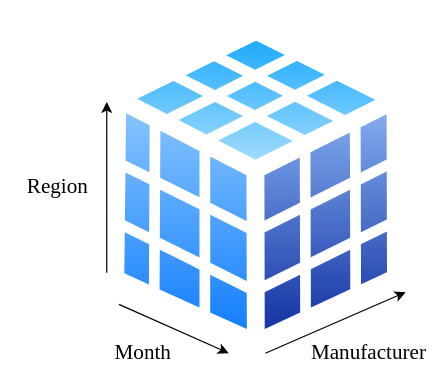
The draw.io diagram Cube.drawio in myhoan/DatawareHouse-Cube, before the edit. Source tidied: cells renumbered, new cells numbered last; positions are measured from the earlier drawing's top-left corner, leaving out a move shared by most shapes. Both pictures are drawn from the tidied source at 122%, with x=0, y=0 at pixel (21, 21).
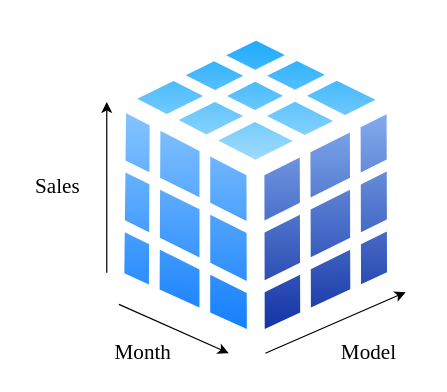
The same diagram, later.

What changed in the source:
```diff
@@
 <mxGraphModel>
   <root>
     <mxCell id="0" />
     <mxCell id="1" parent="0" />
     <mxCell id="2" style="perimeter=ellipsePerimeter;html=1;align=center;shadow=0;dashed=0;spacingTop=3;image;image=img/lib/active_directory/database_cube.svg;" parent="1" vertex="1">
       <mxGeometry x="70" width="245" height="272.2" as="geometry" />
     </mxCell>
     <mxCell id="3" style="endArrow=classic;html=1;rounded=0;" parent="1" edge="1">
       <mxGeometry relative="1" as="geometry">
         <mxPoint x="200" y="272" as="sourcePoint" />
         <mxPoint x="315" y="222" as="targetPoint" />
       </mxGeometry>
     </mxCell>
-    <mxCell id="4" value="&lt;span style=&quot;font-size: 13.0pt ; line-height: 107% ; font-family: &amp;#34;times new roman&amp;#34; , serif&quot;&gt;Manufacturer&lt;/span&gt;" style="text;html=1;strokeColor=none;fillColor=none;align=center;verticalAlign=middle;whiteSpace=wrap;rounded=0;" parent="1" vertex="1">
+    <mxCell id="4" value="&lt;span style=&quot;font-size: 13.0pt ; line-height: 107% ; font-family: &amp;#34;times new roman&amp;#34; , serif&quot;&gt;Model&lt;/span&gt;" style="text;html=1;strokeColor=none;fillColor=none;align=center;verticalAlign=middle;whiteSpace=wrap;rounded=0;" parent="1" vertex="1">
       <mxGeometry x="255" y="257" width="60" height="30" as="geometry" />
     </mxCell>
     <mxCell id="5" style="endArrow=classic;html=1;rounded=0;" parent="1" edge="1">
       <mxGeometry relative="1" as="geometry">
         <mxPoint x="70" y="206.1" as="sourcePoint" />
         <mxPoint x="70" y="66.1" as="targetPoint" />
       </mxGeometry>
     </mxCell>
     <mxCell id="6" style="endArrow=classic;html=1;rounded=0;" parent="1" edge="1">
       <mxGeometry relative="1" as="geometry">
         <mxPoint x="80" y="232" as="sourcePoint" />
         <mxPoint x="170" y="272" as="targetPoint" />
       </mxGeometry>
     </mxCell>
     <mxCell id="7" value="&lt;span style=&quot;font-size: 13.0pt ; line-height: 107% ; font-family: &amp;#34;times new roman&amp;#34; , serif&quot;&gt;Month&lt;/span&gt;" style="text;html=1;strokeColor=none;fillColor=none;align=center;verticalAlign=middle;whiteSpace=wrap;rounded=0;" parent="1" vertex="1">
       <mxGeometry x="70" y="257" width="60" height="30" as="geometry" />
     </mxCell>
-    <mxCell id="8" value="&lt;font face=&quot;Times New Roman, serif&quot;&gt;&lt;span style=&quot;font-size: 17.3333px&quot;&gt;Region&lt;/span&gt;&lt;/font&gt;" style="text;html=1;strokeColor=none;fillColor=none;align=center;verticalAlign=middle;whiteSpace=wrap;rounded=0;" parent="1" vertex="1">
+    <mxCell id="8" value="&lt;font face=&quot;Times New Roman, serif&quot;&gt;&lt;span style=&quot;font-size: 17.3333px&quot;&gt;Sales&lt;/span&gt;&lt;/font&gt;" style="text;html=1;strokeColor=none;fillColor=none;align=center;verticalAlign=middle;whiteSpace=wrap;rounded=0;" parent="1" vertex="1">
       <mxGeometry y="121.1" width="60" height="30" as="geometry" />
     </mxCell>
   </root>
 </mxGraphModel>
```
